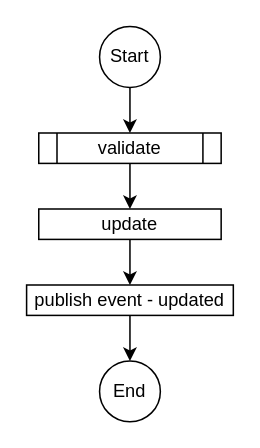
Before: images/experiments/command/experiments-command-update.drawio in neuro-stimulator/neuro-server, a draw.io diagram. Source tidied: cells renumbered, new cells numbered last; positions are measured from the earlier drawing's top-left corner, leaving out a move shared by most shapes. Both pictures are drawn from the tidied source at 152%, with x=0, y=0 at pixel (26, 26).
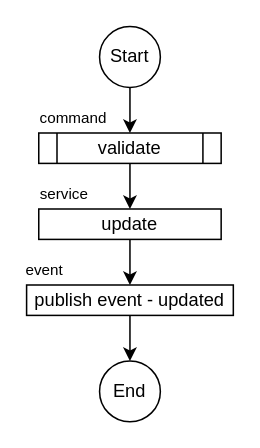
Above is the later version.

Change to the diagram source:
```diff
@@
 <mxGraphModel>
   <root>
     <mxCell id="0" />
     <mxCell id="1" parent="0" />
     <mxCell id="2" value="Start" style="ellipse;whiteSpace=wrap;html=1;" parent="1" vertex="1">
       <mxGeometry x="48" width="40" height="40" as="geometry" />
     </mxCell>
     <mxCell id="3" style="edgeStyle=orthogonalEdgeStyle;rounded=0;jettySize=auto;html=1;exitX=0.5;exitY=1;exitDx=0;exitDy=0;" parent="1" edge="1" source="2" target="5">
       <mxGeometry relative="1" as="geometry" />
     </mxCell>
     <mxCell id="4" style="edgeStyle=orthogonalEdgeStyle;rounded=0;jettySize=auto;html=1;entryX=0.5;entryY=0;entryDx=0;entryDy=0;" parent="1" edge="1" source="5">
       <mxGeometry relative="1" as="geometry">
         <mxPoint x="68" y="120" as="targetPoint" />
       </mxGeometry>
     </mxCell>
     <mxCell id="5" value="&lt;span&gt;validate&lt;/span&gt;" style="shape=process;whiteSpace=wrap;html=1;backgroundOutline=1;" parent="1" vertex="1">
       <mxGeometry x="8" y="70" width="120" height="20" as="geometry" />
     </mxCell>
     <mxCell id="6" style="edgeStyle=orthogonalEdgeStyle;rounded=0;jettySize=auto;html=1;entryX=0.5;entryY=0;entryDx=0;entryDy=0;" parent="1" edge="1" target="9">
       <mxGeometry relative="1" as="geometry">
         <mxPoint x="68" y="140" as="sourcePoint" />
       </mxGeometry>
     </mxCell>
     <mxCell id="7" value="End" style="ellipse;whiteSpace=wrap;html=1;" parent="1" vertex="1">
       <mxGeometry x="48" y="220" width="40" height="40" as="geometry" />
     </mxCell>
     <mxCell id="8" style="edgeStyle=orthogonalEdgeStyle;rounded=0;jettySize=auto;html=1;entryX=0.5;entryY=0;entryDx=0;entryDy=0;" parent="1" edge="1" source="9" target="7">
       <mxGeometry relative="1" as="geometry" />
     </mxCell>
     <mxCell id="9" value="publish event - updated" style="rounded=0;whiteSpace=wrap;html=1;" parent="1" vertex="1">
       <mxGeometry y="170" width="136" height="20" as="geometry" />
     </mxCell>
     <mxCell id="10" value="update" style="rounded=0;whiteSpace=wrap;html=1;" parent="1" vertex="1">
       <mxGeometry x="8" y="120" width="120" height="20" as="geometry" />
     </mxCell>
+    <mxCell id="11" value="service" style="text;html=1;strokeColor=none;fillColor=none;align=center;verticalAlign=middle;whiteSpace=wrap;rounded=0;fontSize=10;" parent="1" vertex="1">
+      <mxGeometry x="8" y="100" width="34" height="20" as="geometry" />
+    </mxCell>
+    <mxCell id="12" value="command" style="text;html=1;strokeColor=none;fillColor=none;align=center;verticalAlign=middle;whiteSpace=wrap;rounded=0;fontSize=10;" parent="1" vertex="1">
+      <mxGeometry x="8" y="50" width="46" height="20" as="geometry" />
+    </mxCell>
+    <mxCell id="13" value="event" style="text;html=1;strokeColor=none;fillColor=none;align=center;verticalAlign=middle;whiteSpace=wrap;rounded=0;fontSize=10;" parent="1" vertex="1">
+      <mxGeometry y="150" width="24" height="20" as="geometry" />
+    </mxCell>
   </root>
 </mxGraphModel>
```
